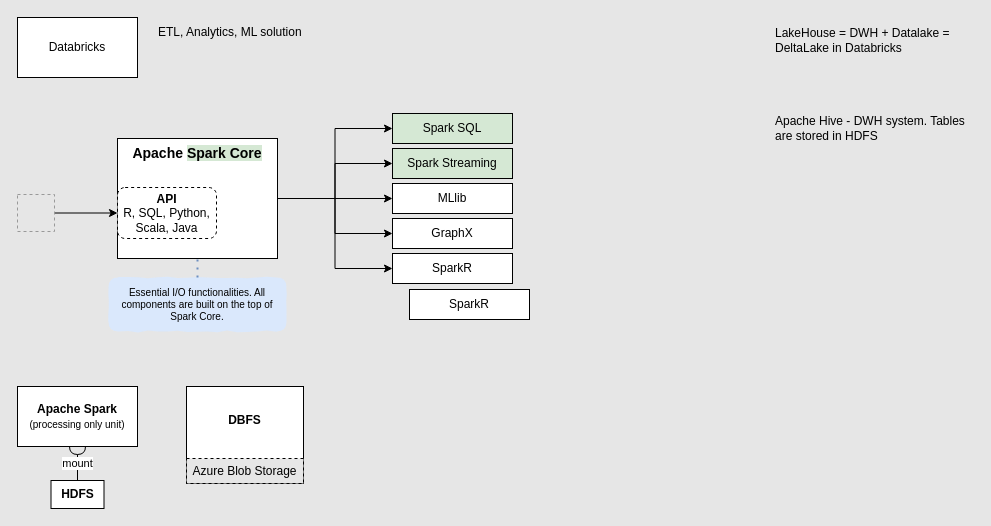
The draw.io diagram Databricks.drawio in agrazh/de-diagrams, before the edit. Source tidied: cells renumbered, new cells numbered last; positions are measured from the earlier drawing's top-left corner, leaving out a move shared by most shapes. Both pictures are drawn from the tidied source at 100%, with x=0, y=0 at pixel (17, 17). Pictures stored in the file or linked from it are replaced by grey dashed boxes.
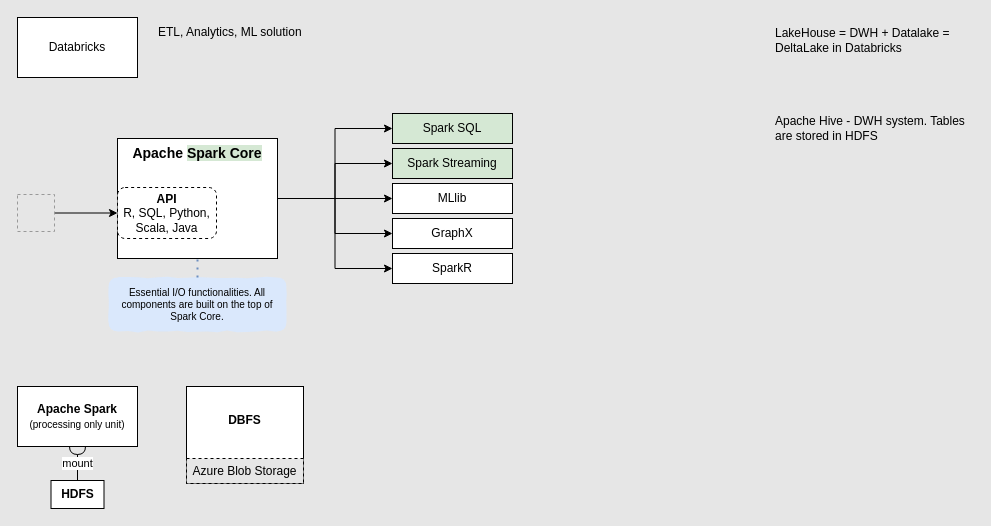
The same page after the edit.

Diff of the diagram source:
```diff
@@
-    <mxCell id="29" value="SparkR" style="rounded=0;whiteSpace=wrap;html=1;" parent="1" vertex="1">
-      <mxGeometry x="392" y="272" width="120" height="30" as="geometry" />
-    </mxCell>
```
